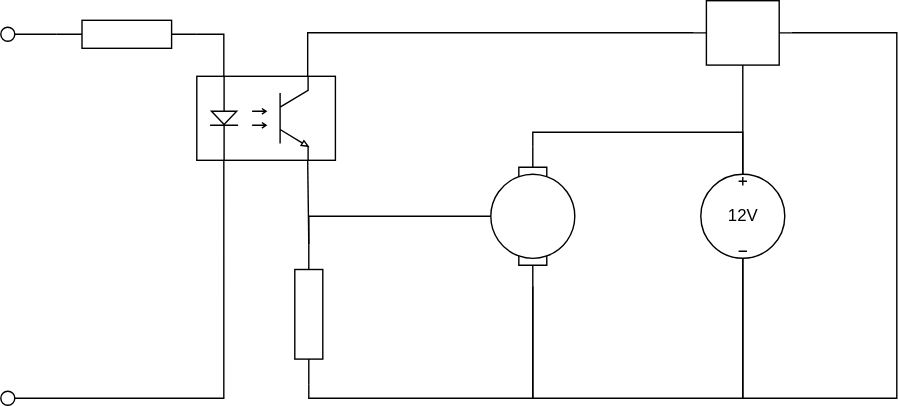
saneea/fan-4-pi keeps this draw.io diagram as hardware/schema-electric.svg. Above is the earlier version. Source tidied: cells renumbered, new cells last; positions are measured from the earlier drawing's top-left corner, leaving out a move shared by most shapes. Its diagram source:
```xml
<mxGraphModel background="#ffffff">
  <root>
    <mxCell id="0" />
    <mxCell id="1" parent="0" />
    <mxCell id="2" value="12V&lt;br&gt;" style="verticalLabelPosition=middle;shadow=0;dashed=0;align=center;html=1;verticalAlign=middle;shape=mxgraph.electrical.signal_sources.dc_source_3;labelPosition=center;" parent="1" vertex="1">
      <mxGeometry x="500" y="124" width="60" height="60" as="geometry" />
    </mxCell>
    <mxCell id="3" style="verticalLabelPosition=bottom;shadow=0;dashed=0;align=center;html=1;verticalAlign=top;shape=mxgraph.electrical.abstract.voltage_regulator;" parent="1" vertex="1">
      <mxGeometry x="495" width="70" height="58" as="geometry" />
    </mxCell>
    <mxCell id="4" style="shape=mxgraph.electrical.electro-mechanical.motor_2;html=1;shadow=0;dashed=0;align=center;fontSize=30;strokeWidth=1;direction=south;" parent="1" vertex="1">
      <mxGeometry x="350" y="104" width="60" height="100" as="geometry" />
    </mxCell>
    <mxCell id="5" style="verticalLabelPosition=bottom;shadow=0;dashed=0;align=center;html=1;verticalAlign=top;shape=mxgraph.electrical.opto_electronics.opto-coupler;" parent="1" vertex="1">
      <mxGeometry x="140" y="54" width="99" height="60" as="geometry" />
    </mxCell>
    <mxCell id="6" style="verticalLabelPosition=bottom;shadow=0;dashed=0;align=center;html=1;verticalAlign=top;shape=mxgraph.electrical.resistors.resistor_1;direction=west;" parent="1" vertex="1">
      <mxGeometry x="40" y="14" width="100" height="20" as="geometry" />
    </mxCell>
    <mxCell id="7" style="verticalLabelPosition=bottom;shadow=0;dashed=0;align=center;html=1;verticalAlign=top;shape=mxgraph.electrical.resistors.resistor_1;direction=south;" parent="1" vertex="1">
      <mxGeometry x="210" y="174" width="20" height="100" as="geometry" />
    </mxCell>
    <mxCell id="8" style="verticalLabelPosition=bottom;shadow=0;dashed=0;align=center;html=1;verticalAlign=top;strokeWidth=1;shape=ellipse;" parent="1" vertex="1">
      <mxGeometry y="279" width="10" height="10" as="geometry" />
    </mxCell>
    <mxCell id="9" style="verticalLabelPosition=bottom;shadow=0;dashed=0;align=center;html=1;verticalAlign=top;strokeWidth=1;shape=ellipse;" parent="1" vertex="1">
      <mxGeometry y="19" width="10" height="10" as="geometry" />
    </mxCell>
    <mxCell id="10" style="endArrow=none;html=1;strokeWidth=1;exitX=1;exitY=0.5;exitDx=0;exitDy=0;exitPerimeter=0;entryX=1;entryY=0.5;entryDx=0;entryDy=0;" parent="1" edge="1" source="6" target="9">
      <mxGeometry x="210" y="110" as="geometry" />
    </mxCell>
    <mxCell id="11" style="endArrow=none;html=1;strokeWidth=1;exitX=1;exitY=0.5;exitDx=0;exitDy=0;edgeStyle=orthogonalEdgeStyle;rounded=0;entryX=0.195;entryY=1;entryDx=0;entryDy=0;entryPerimeter=0;" parent="1" edge="1" source="8" target="5">
      <mxGeometry x="210" y="110" as="geometry" />
    </mxCell>
    <mxCell id="12" style="endArrow=none;html=1;strokeWidth=1;entryX=0.195;entryY=0;entryDx=0;entryDy=0;entryPerimeter=0;elbow=vertical;rounded=0;exitX=0;exitY=0.5;exitDx=0;exitDy=0;exitPerimeter=0;edgeStyle=orthogonalEdgeStyle;" parent="1" edge="1" source="6" target="5">
      <mxGeometry x="210" y="110" as="geometry" />
    </mxCell>
    <mxCell id="13" style="endArrow=none;html=1;strokeWidth=1;exitX=0;exitY=0.5;exitDx=0;exitDy=0;exitPerimeter=0;entryX=0.8;entryY=1;entryDx=0;entryDy=0;entryPerimeter=0;" parent="1" edge="1" source="7" target="5">
      <mxGeometry x="210" y="110" as="geometry" />
    </mxCell>
    <mxCell id="14" style="endArrow=none;html=1;strokeWidth=1;entryX=0.5;entryY=1;entryDx=0;entryDy=0;entryPerimeter=0;exitX=0;exitY=0.5;exitDx=0;exitDy=0;exitPerimeter=0;edgeStyle=orthogonalEdgeStyle;rounded=0;" parent="1" edge="1" source="7" target="4">
      <mxGeometry x="210" y="110" as="geometry" />
    </mxCell>
    <mxCell id="15" style="endArrow=none;html=1;strokeWidth=1;exitX=0;exitY=0.5;exitDx=0;exitDy=0;exitPerimeter=0;entryX=0.5;entryY=0;entryDx=0;entryDy=0;entryPerimeter=0;edgeStyle=orthogonalEdgeStyle;rounded=0;" parent="1" edge="1" source="4" target="2">
      <mxGeometry x="210" y="110" as="geometry" />
    </mxCell>
    <mxCell id="16" style="endArrow=none;html=1;strokeWidth=1;entryX=0.5;entryY=1;entryDx=0;entryDy=0;entryPerimeter=0;exitX=1;exitY=0.5;exitDx=0;exitDy=0;exitPerimeter=0;edgeStyle=orthogonalEdgeStyle;rounded=0;" parent="1" edge="1" source="4" target="2">
      <mxGeometry x="210" y="110" as="geometry">
        <Array as="points">
          <mxPoint x="380" y="284" />
          <mxPoint x="530" y="284" />
        </Array>
      </mxGeometry>
    </mxCell>
    <mxCell id="17" style="endArrow=none;html=1;strokeWidth=1;entryX=0.5;entryY=1;entryDx=0;entryDy=0;entryPerimeter=0;exitX=0.5;exitY=0;exitDx=0;exitDy=0;exitPerimeter=0;rounded=0;" parent="1" edge="1" source="2" target="3">
      <mxGeometry x="210" y="110" as="geometry" />
    </mxCell>
    <mxCell id="18" style="endArrow=none;html=1;strokeWidth=1;entryX=1;entryY=0.395;entryDx=0;entryDy=0;entryPerimeter=0;exitX=0.5;exitY=1;exitDx=0;exitDy=0;exitPerimeter=0;edgeStyle=orthogonalEdgeStyle;rounded=0;" parent="1" edge="1" source="2" target="3">
      <mxGeometry x="210" y="110" as="geometry">
        <Array as="points">
          <mxPoint x="530" y="284" />
          <mxPoint x="640" y="284" />
          <mxPoint x="640" y="23" />
          <mxPoint x="565" y="23" />
        </Array>
      </mxGeometry>
    </mxCell>
    <mxCell id="19" style="endArrow=none;html=1;strokeWidth=1;entryX=0;entryY=0.395;entryDx=0;entryDy=0;entryPerimeter=0;exitX=0.8;exitY=0;exitDx=0;exitDy=0;exitPerimeter=0;edgeStyle=orthogonalEdgeStyle;rounded=0;" parent="1" edge="1" source="5" target="3">
      <mxGeometry x="210" y="110" as="geometry">
        <Array as="points">
          <mxPoint x="219" y="23" />
        </Array>
      </mxGeometry>
    </mxCell>
    <mxCell id="20" style="endArrow=none;html=1;strokeWidth=1;exitX=1;exitY=0.5;exitDx=0;exitDy=0;exitPerimeter=0;entryX=1;entryY=0.5;entryDx=0;entryDy=0;entryPerimeter=0;edgeStyle=orthogonalEdgeStyle;rounded=0;" parent="1" edge="1" source="7" target="4">
      <mxGeometry x="210" y="110" as="geometry" />
    </mxCell>
  </root>
</mxGraphModel>
```
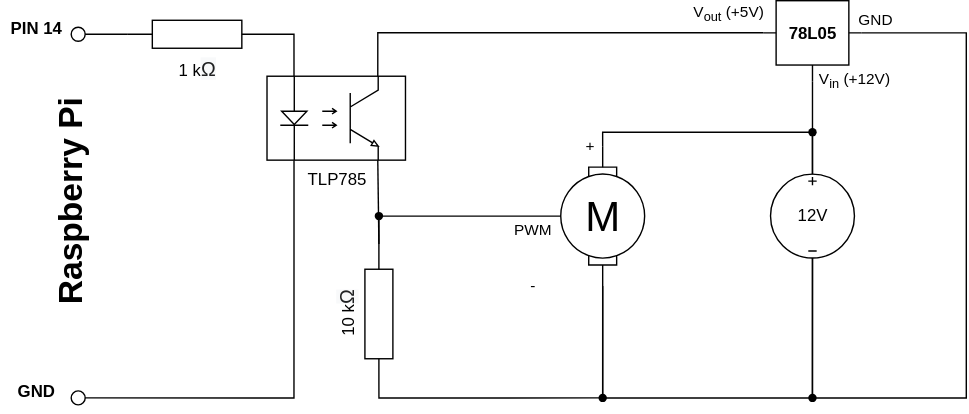
The same file after the commit.

Commit message:
update schema with external power supply

Diff of the diagram source:
```diff
@@ -2,24 +2,24 @@
   <root>
     <mxCell id="0" />
     <mxCell id="1" parent="0" />
+    <mxCell id="7" style="verticalLabelPosition=bottom;shadow=0;dashed=0;align=center;html=1;verticalAlign=top;shape=mxgraph.electrical.resistors.resistor_1;direction=south;horizontal=1;" parent="1" vertex="1">
+      <mxGeometry x="210" y="174" width="20" height="100" as="geometry" />
+    </mxCell>
     <mxCell id="2" value="12V&lt;br&gt;" style="verticalLabelPosition=middle;shadow=0;dashed=0;align=center;html=1;verticalAlign=middle;shape=mxgraph.electrical.signal_sources.dc_source_3;labelPosition=center;" parent="1" vertex="1">
       <mxGeometry x="500" y="124" width="60" height="60" as="geometry" />
     </mxCell>
     <mxCell id="3" style="verticalLabelPosition=bottom;shadow=0;dashed=0;align=center;html=1;verticalAlign=top;shape=mxgraph.electrical.abstract.voltage_regulator;" parent="1" vertex="1">
       <mxGeometry x="495" width="70" height="58" as="geometry" />
     </mxCell>
-    <mxCell id="4" style="shape=mxgraph.electrical.electro-mechanical.motor_2;html=1;shadow=0;dashed=0;align=center;fontSize=30;strokeWidth=1;direction=south;" parent="1" vertex="1">
+    <mxCell id="4" value="M" style="shape=mxgraph.electrical.electro-mechanical.motor_2;html=1;shadow=0;dashed=0;align=center;fontSize=30;strokeWidth=1;direction=south;" parent="1" vertex="1">
       <mxGeometry x="350" y="104" width="60" height="100" as="geometry" />
     </mxCell>
-    <mxCell id="5" style="verticalLabelPosition=bottom;shadow=0;dashed=0;align=center;html=1;verticalAlign=top;shape=mxgraph.electrical.opto_electronics.opto-coupler;" parent="1" vertex="1">
+    <mxCell id="5" value="TLP785" style="verticalLabelPosition=bottom;shadow=0;dashed=0;align=center;html=1;verticalAlign=top;shape=mxgraph.electrical.opto_electronics.opto-coupler;" parent="1" vertex="1">
       <mxGeometry x="140" y="54" width="99" height="60" as="geometry" />
     </mxCell>
-    <mxCell id="6" style="verticalLabelPosition=bottom;shadow=0;dashed=0;align=center;html=1;verticalAlign=top;shape=mxgraph.electrical.resistors.resistor_1;direction=west;" parent="1" vertex="1">
+    <mxCell id="6" value="1 k&lt;span style=&quot;color: rgb(32, 33, 34); font-family: sans-serif; font-size: 14.144px; text-align: start; text-wrap: wrap; background-color: rgb(248, 249, 250);&quot;&gt;Ω&lt;/span&gt;" style="verticalLabelPosition=bottom;shadow=0;dashed=0;align=center;html=1;verticalAlign=top;shape=mxgraph.electrical.resistors.resistor_1;direction=west;" parent="1" vertex="1">
       <mxGeometry x="40" y="14" width="100" height="20" as="geometry" />
     </mxCell>
-    <mxCell id="7" style="verticalLabelPosition=bottom;shadow=0;dashed=0;align=center;html=1;verticalAlign=top;shape=mxgraph.electrical.resistors.resistor_1;direction=south;" parent="1" vertex="1">
-      <mxGeometry x="210" y="174" width="20" height="100" as="geometry" />
-    </mxCell>
     <mxCell id="8" style="verticalLabelPosition=bottom;shadow=0;dashed=0;align=center;html=1;verticalAlign=top;strokeWidth=1;shape=ellipse;" parent="1" vertex="1">
       <mxGeometry y="279" width="10" height="10" as="geometry" />
     </mxCell>
@@ -38,12 +38,17 @@
     <mxCell id="13" style="endArrow=none;html=1;strokeWidth=1;exitX=0;exitY=0.5;exitDx=0;exitDy=0;exitPerimeter=0;entryX=0.8;entryY=1;entryDx=0;entryDy=0;entryPerimeter=0;" parent="1" edge="1" source="7" target="5">
       <mxGeometry x="210" y="110" as="geometry" />
     </mxCell>
-    <mxCell id="14" style="endArrow=none;html=1;strokeWidth=1;entryX=0.5;entryY=1;entryDx=0;entryDy=0;entryPerimeter=0;exitX=0;exitY=0.5;exitDx=0;exitDy=0;exitPerimeter=0;edgeStyle=orthogonalEdgeStyle;rounded=0;" parent="1" edge="1" source="7" target="4">
+    <mxCell id="14" style="endArrow=none;html=1;strokeWidth=1;entryX=0.5;entryY=1;entryDx=0;entryDy=0;entryPerimeter=0;exitDx=0;exitDy=0;exitPerimeter=0;edgeStyle=orthogonalEdgeStyle;rounded=0;" parent="1" edge="1" source="32" target="4">
       <mxGeometry x="210" y="110" as="geometry" />
     </mxCell>
     <mxCell id="15" style="endArrow=none;html=1;strokeWidth=1;exitX=0;exitY=0.5;exitDx=0;exitDy=0;exitPerimeter=0;entryX=0.5;entryY=0;entryDx=0;entryDy=0;entryPerimeter=0;edgeStyle=orthogonalEdgeStyle;rounded=0;" parent="1" edge="1" source="4" target="2">
       <mxGeometry x="210" y="110" as="geometry" />
     </mxCell>
+    <mxCell id="21" value="+" style="edgeLabel;html=1;align=center;verticalAlign=middle;" parent="15" vertex="1">
+      <mxGeometry relative="1" as="geometry">
+        <mxPoint x="-95" y="10" as="offset" />
+      </mxGeometry>
+    </mxCell>
     <mxCell id="16" style="endArrow=none;html=1;strokeWidth=1;entryX=0.5;entryY=1;entryDx=0;entryDy=0;entryPerimeter=0;exitX=1;exitY=0.5;exitDx=0;exitDy=0;exitPerimeter=0;edgeStyle=orthogonalEdgeStyle;rounded=0;" parent="1" edge="1" source="4" target="2">
       <mxGeometry x="210" y="110" as="geometry">
         <Array as="points">
@@ -55,6 +60,11 @@
     <mxCell id="17" style="endArrow=none;html=1;strokeWidth=1;entryX=0.5;entryY=1;entryDx=0;entryDy=0;entryPerimeter=0;exitX=0.5;exitY=0;exitDx=0;exitDy=0;exitPerimeter=0;rounded=0;" parent="1" edge="1" source="2" target="3">
       <mxGeometry x="210" y="110" as="geometry" />
     </mxCell>
+    <mxCell id="22" value="V&lt;sub&gt;in&lt;/sub&gt; (+12V)" style="edgeLabel;html=1;align=center;verticalAlign=middle;" parent="17" vertex="1">
+      <mxGeometry relative="1" as="geometry">
+        <mxPoint x="30" y="-33" as="offset" />
+      </mxGeometry>
+    </mxCell>
     <mxCell id="18" style="endArrow=none;html=1;strokeWidth=1;entryX=1;entryY=0.395;entryDx=0;entryDy=0;entryPerimeter=0;exitX=0.5;exitY=1;exitDx=0;exitDy=0;exitPerimeter=0;edgeStyle=orthogonalEdgeStyle;rounded=0;" parent="1" edge="1" source="2" target="3">
       <mxGeometry x="210" y="110" as="geometry">
         <Array as="points">
@@ -65,6 +75,11 @@
         </Array>
       </mxGeometry>
     </mxCell>
+    <mxCell id="23" value="GND" style="edgeLabel;html=1;align=center;verticalAlign=middle;" parent="18" vertex="1">
+      <mxGeometry relative="1" as="geometry">
+        <mxPoint x="-65" y="-207" as="offset" />
+      </mxGeometry>
+    </mxCell>
     <mxCell id="19" style="endArrow=none;html=1;strokeWidth=1;entryX=0;entryY=0.395;entryDx=0;entryDy=0;entryPerimeter=0;exitX=0.8;exitY=0;exitDx=0;exitDy=0;exitPerimeter=0;edgeStyle=orthogonalEdgeStyle;rounded=0;" parent="1" edge="1" source="5" target="3">
       <mxGeometry x="210" y="110" as="geometry">
         <Array as="points">
@@ -72,8 +87,56 @@
         </Array>
       </mxGeometry>
     </mxCell>
+    <mxCell id="24" value="V&lt;sub&gt;out&lt;/sub&gt; (+5V)" style="edgeLabel;html=1;align=center;verticalAlign=middle;" parent="19" vertex="1">
+      <mxGeometry relative="1" as="geometry">
+        <mxPoint x="128" y="-13" as="offset" />
+      </mxGeometry>
+    </mxCell>
-    <mxCell id="20" style="endArrow=none;html=1;strokeWidth=1;exitX=1;exitY=0.5;exitDx=0;exitDy=0;exitPerimeter=0;entryX=1;entryY=0.5;entryDx=0;entryDy=0;entryPerimeter=0;edgeStyle=orthogonalEdgeStyle;rounded=0;" parent="1" edge="1" source="7" target="4">
+    <mxCell id="20" style="endArrow=none;html=1;strokeWidth=1;exitDx=0;exitDy=0;exitPerimeter=0;entryX=1;entryY=0.5;entryDx=0;entryDy=0;entryPerimeter=0;edgeStyle=orthogonalEdgeStyle;rounded=0;" parent="1" edge="1" source="36" target="4">
       <mxGeometry x="210" y="110" as="geometry" />
     </mxCell>
+    <mxCell id="25" value="&lt;font style=&quot;font-size: 12px;&quot;&gt;78L05&lt;/font&gt;" style="text;strokeColor=none;fillColor=none;html=1;fontSize=24;fontStyle=1;verticalAlign=middle;align=center;" parent="1" vertex="1">
+      <mxGeometry x="485" width="90" height="40" as="geometry" />
+    </mxCell>
+    <mxCell id="26" value="&lt;span style=&quot;font-size: 12px; font-weight: 400;&quot;&gt;10 k&lt;/span&gt;&lt;span style=&quot;color: rgb(32, 33, 34); font-family: sans-serif; font-size: 14.144px; font-weight: 400; text-align: start; text-wrap: wrap; background-color: rgb(248, 249, 250);&quot;&gt;Ω&lt;/span&gt;" style="text;strokeColor=none;fillColor=none;html=1;fontSize=24;fontStyle=1;verticalAlign=middle;align=center;rotation=-90;" parent="1" vertex="1">
+      <mxGeometry x="170" y="214" width="50" height="20" as="geometry" />
+    </mxCell>
+    <mxCell id="27" value="Raspberry Pi" style="text;strokeColor=none;fillColor=none;html=1;fontSize=24;fontStyle=1;verticalAlign=middle;align=center;rotation=-90;" parent="1" vertex="1">
+      <mxGeometry x="-50" y="124" width="100" height="40" as="geometry" />
+    </mxCell>
+    <mxCell id="28" value="&lt;font style=&quot;font-size: 12px;&quot;&gt;GND&lt;/font&gt;" style="text;strokeColor=none;fillColor=none;html=1;fontSize=24;fontStyle=1;verticalAlign=middle;align=center;" parent="1" vertex="1">
+      <mxGeometry x="-50" y="263" width="50" height="26" as="geometry" />
+    </mxCell>
+    <mxCell id="29" value="&lt;font style=&quot;font-size: 12px;&quot;&gt;PIN 14&lt;/font&gt;" style="text;strokeColor=none;fillColor=none;html=1;fontSize=24;fontStyle=1;verticalAlign=middle;align=center;" parent="1" vertex="1">
+      <mxGeometry x="-50" y="3" width="50" height="26" as="geometry" />
+    </mxCell>
+    <mxCell id="30" style="endArrow=none;html=1;strokeWidth=1;entryDx=0;entryDy=0;entryPerimeter=0;exitX=0;exitY=0.5;exitDx=0;exitDy=0;exitPerimeter=0;edgeStyle=orthogonalEdgeStyle;rounded=0;" parent="1" edge="1" source="7" target="32">
+      <mxGeometry x="210" y="110" as="geometry" />
+    </mxCell>
+    <mxCell id="31" value="PWM" style="edgeLabel;html=1;align=center;verticalAlign=middle;" parent="30" vertex="1">
+      <mxGeometry relative="1" as="geometry">
+        <mxPoint x="110" y="-10" as="offset" />
+      </mxGeometry>
+    </mxCell>
+    <mxCell id="32" style="shape=waypoint;sketch=0;fillStyle=solid;size=6;points=[];fillColor=none;perimeter=centerPerimeter;snapToPoint=1;" parent="1" vertex="1">
+      <mxGeometry x="210" y="144" width="20" height="20" as="geometry" />
+    </mxCell>
+    <mxCell id="33" style="shape=waypoint;sketch=0;fillStyle=solid;size=6;fillColor=none;perimeter=centerPerimeter;" parent="1" vertex="1">
+      <mxGeometry x="520" y="84" width="20" height="20" as="geometry" />
+    </mxCell>
+    <mxCell id="34" style="endArrow=none;html=1;strokeWidth=1;exitX=1;exitY=0.5;exitDx=0;exitDy=0;exitPerimeter=0;entryDx=0;entryDy=0;entryPerimeter=0;edgeStyle=orthogonalEdgeStyle;rounded=0;" parent="1" edge="1" source="7" target="36">
+      <mxGeometry x="210" y="110" as="geometry" />
+    </mxCell>
+    <mxCell id="35" value="-" style="edgeLabel;html=1;align=center;verticalAlign=middle;" parent="34" vertex="1">
+      <mxGeometry relative="1" as="geometry">
+        <mxPoint x="35" y="-80" as="offset" />
+      </mxGeometry>
+    </mxCell>
+    <mxCell id="36" style="shape=waypoint;sketch=0;fillStyle=solid;size=6;points=[];fillColor=none;perimeter=centerPerimeter;snapToPoint=1;" parent="1" vertex="1">
+      <mxGeometry x="370" y="274" width="20" height="20" as="geometry" />
+    </mxCell>
+    <mxCell id="37" style="shape=waypoint;sketch=0;fillStyle=solid;size=6;fillColor=none;perimeter=centerPerimeter;" parent="1" vertex="1">
+      <mxGeometry x="520" y="274" width="20" height="20" as="geometry" />
+    </mxCell>
   </root>
 </mxGraphModel>
```
